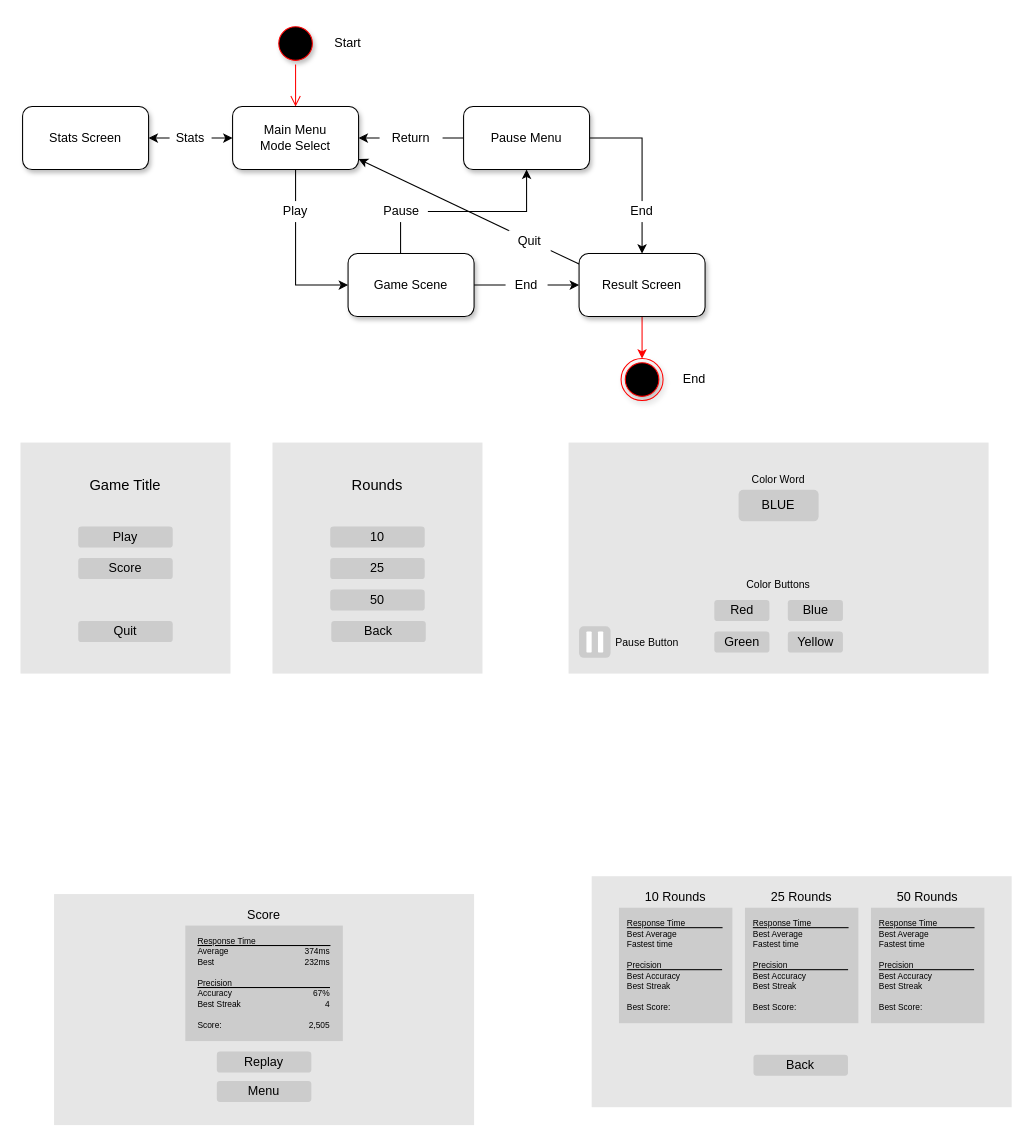
Earlier version of the draw.io diagram Diagrams.drawio (Greywize/SuperStroop). Source tidied: cells renumbered, new cells numbered last; positions are measured from the earlier drawing's top-left corner, leaving out a move shared by most shapes. Both pictures are drawn from the tidied source at 105%, with x=0, y=0 at pixel (20, 22).
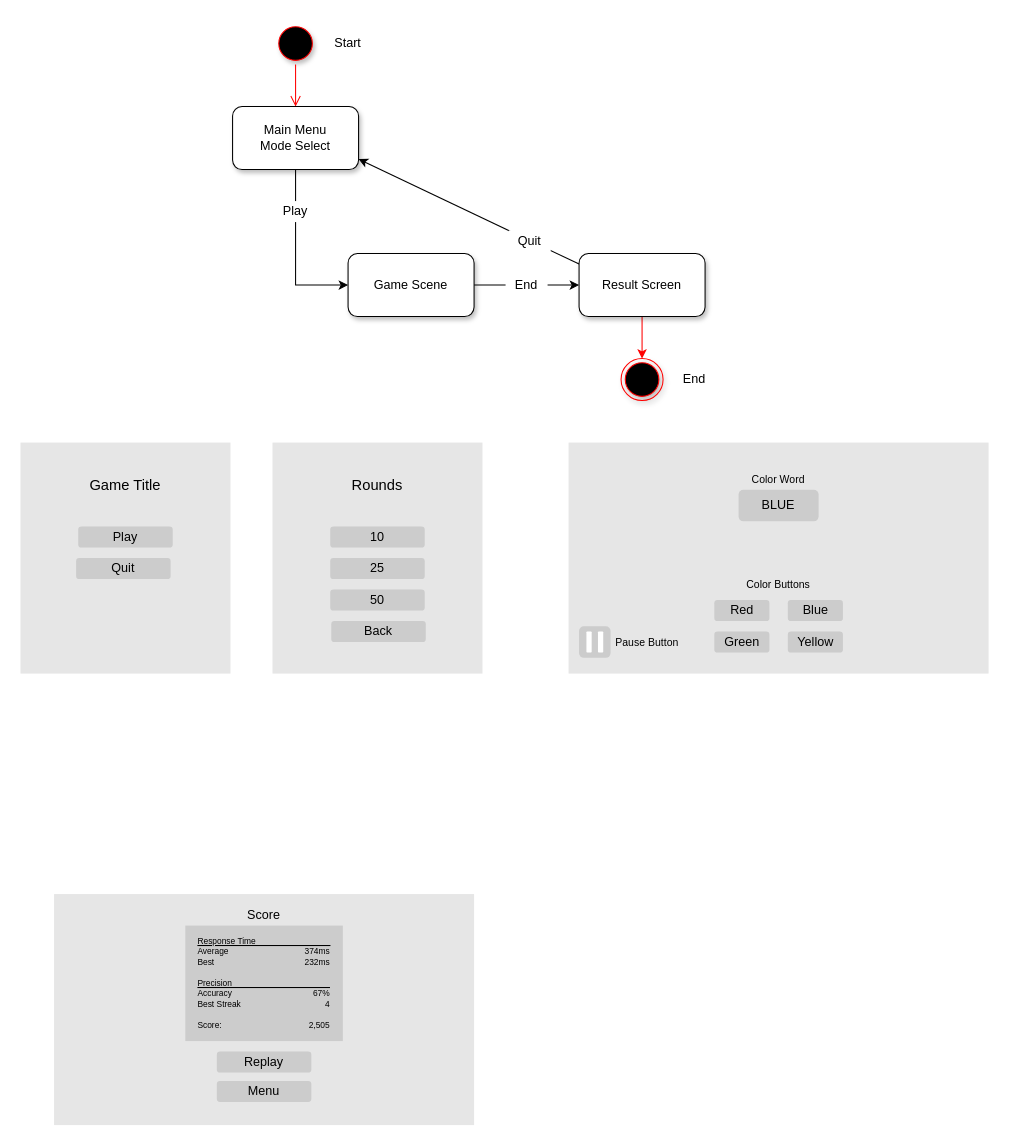
The same diagram, later.

Unchanged cells that the change refers to:
```xml
<mxCell id="12" value="Main Menu&lt;br&gt;Mode Select" style="rounded=1;whiteSpace=wrap;html=1;shadow=1;sketch=0;" parent="1" vertex="1">
  <mxGeometry x="202" y="80" width="120" height="60" as="geometry" />
</mxCell>
<mxCell id="15" value="Game Scene" style="rounded=1;whiteSpace=wrap;html=1;shadow=1;sketch=0;" parent="1" vertex="1">
  <mxGeometry x="312" y="220" width="120" height="60" as="geometry" />
</mxCell>
<mxCell id="20" value="Result Screen" style="rounded=1;whiteSpace=wrap;html=1;shadow=1;sketch=0;" parent="1" vertex="1">
  <mxGeometry x="532" y="220" width="120" height="60" as="geometry" />
</mxCell>
```

Diff of the diagram source:
```diff
@@
-    <mxCell id="11" style="edgeStyle=orthogonalEdgeStyle;rounded=0;jettySize=auto;html=1;entryX=1;entryY=0.5;entryDx=0;entryDy=0;shadow=0;strokeColor=#000000;startArrow=classic;startFill=1;" parent="1" edge="1" source="12" target="29">
-      <mxGeometry relative="1" as="geometry" />
-    </mxCell>
@@
-    <mxCell id="13" style="edgeStyle=orthogonalEdgeStyle;rounded=0;jettySize=auto;html=1;entryX=0.5;entryY=1;entryDx=0;entryDy=0;exitX=0.5;exitY=0;exitDx=0;exitDy=0;" parent="1" edge="1" source="15" target="18">
-      <mxGeometry relative="1" as="geometry">
-        <Array as="points">
-          <mxPoint x="362" y="220" />
-          <mxPoint x="362" y="180" />
-          <mxPoint x="482" y="180" />
-        </Array>
-      </mxGeometry>
-    </mxCell>
@@
-    <mxCell id="16" style="edgeStyle=orthogonalEdgeStyle;rounded=0;jettySize=auto;html=1;entryX=0.5;entryY=0;entryDx=0;entryDy=0;exitX=1;exitY=0.5;exitDx=0;exitDy=0;" parent="1" edge="1" source="18" target="20">
-      <mxGeometry x="0.54" relative="1" as="geometry">
-        <Array as="points">
-          <mxPoint x="592" y="110" />
-        </Array>
-      </mxGeometry>
-    </mxCell>
-    <mxCell id="17" style="edgeStyle=orthogonalEdgeStyle;rounded=0;jettySize=auto;html=1;entryX=1;entryY=0.5;entryDx=0;entryDy=0;" parent="1" edge="1" source="18" target="12">
-      <mxGeometry relative="1" as="geometry" />
-    </mxCell>
-    <mxCell id="18" value="Pause Menu" style="rounded=1;whiteSpace=wrap;html=1;shadow=1;sketch=0;" parent="1" vertex="1">
-      <mxGeometry x="422" y="80" width="120" height="60" as="geometry" />
-    </mxCell>
@@
-    <mxCell id="21" value="Pause" style="text;html=1;strokeColor=none;align=center;verticalAlign=middle;whiteSpace=wrap;rounded=0;fillColor=#ffffff;" parent="1" vertex="1">
-      <mxGeometry x="338" y="170" width="50" height="20" as="geometry" />
-    </mxCell>
@@
-    <mxCell id="23" value="End" style="text;html=1;strokeColor=none;align=center;verticalAlign=middle;whiteSpace=wrap;rounded=0;fillColor=#ffffff;" parent="1" vertex="1">
-      <mxGeometry x="572" y="170" width="40" height="20" as="geometry" />
-    </mxCell>
@@
-    <mxCell id="25" value="Return" style="text;html=1;strokeColor=none;align=center;verticalAlign=middle;whiteSpace=wrap;rounded=0;fillColor=#ffffff;" parent="1" vertex="1">
-      <mxGeometry x="342" y="100" width="60" height="20" as="geometry" />
-    </mxCell>
@@
-    <mxCell id="29" value="Stats Screen" style="rounded=1;whiteSpace=wrap;html=1;shadow=1;sketch=0;" parent="1" vertex="1">
-      <mxGeometry x="2" y="80" width="120" height="60" as="geometry" />
-    </mxCell>
-    <mxCell id="30" value="Stats" style="text;html=1;strokeColor=none;align=center;verticalAlign=middle;whiteSpace=wrap;rounded=0;fillColor=#ffffff;" parent="1" vertex="1">
-      <mxGeometry x="142" y="100" width="40" height="20" as="geometry" />
-    </mxCell>
-    <mxCell id="31" value="Score" style="rounded=1;whiteSpace=wrap;html=1;shadow=0;glass=0;labelBackgroundColor=none;sketch=0;strokeColor=none;verticalAlign=middle;fillColor=#CCCCCC;" parent="1" vertex="1">
-      <mxGeometry x="55" y="510" width="90" height="20" as="geometry" />
-    </mxCell>
@@
     <mxCell id="35" value="Quit" style="rounded=1;whiteSpace=wrap;html=1;shadow=0;glass=0;labelBackgroundColor=none;sketch=0;strokeColor=none;verticalAlign=middle;fillColor=#CCCCCC;" parent="1" vertex="1">
-      <mxGeometry x="55" y="570" width="90" height="20" as="geometry" />
+      <mxGeometry x="53" y="510" width="90" height="20" as="geometry" />
     </mxCell>
@@
-    <mxCell id="68" style="rounded=0;whiteSpace=wrap;html=1;shadow=0;glass=0;labelBackgroundColor=none;sketch=0;strokeColor=none;fillColor=#E6E6E6;" parent="1" vertex="1">
-      <mxGeometry x="544" y="813" width="400" height="220" as="geometry" />
-    </mxCell>
-    <mxCell id="69" value="Back" style="rounded=1;whiteSpace=wrap;html=1;shadow=0;glass=0;labelBackgroundColor=none;sketch=0;strokeColor=none;verticalAlign=middle;fillColor=#CCCCCC;" parent="1" vertex="1">
-      <mxGeometry x="698.1" y="983" width="90" height="20" as="geometry" />
-    </mxCell>
-    <mxCell id="70" style="rounded=0;whiteSpace=wrap;html=1;shadow=0;glass=0;labelBackgroundColor=none;sketch=0;strokeColor=none;verticalAlign=middle;fillColor=#CCCCCC;" parent="1" vertex="1">
-      <mxGeometry x="690" y="843" width="108" height="110" as="geometry" />
-    </mxCell>
-    <mxCell id="71" value="Best Average" style="text;html=1;strokeColor=none;fillColor=none;align=left;verticalAlign=middle;whiteSpace=wrap;rounded=0;shadow=0;glass=0;labelBackgroundColor=none;sketch=0;fontSize=8;fontColor=none;" parent="1" vertex="1">
-      <mxGeometry x="696.2" y="863" width="53.8" height="10" as="geometry" />
-    </mxCell>
-    <mxCell id="72" value="Fastest time" style="text;html=1;strokeColor=none;fillColor=none;align=left;verticalAlign=middle;whiteSpace=wrap;rounded=0;shadow=0;glass=0;labelBackgroundColor=none;sketch=0;fontSize=8;fontColor=none;" parent="1" vertex="1">
-      <mxGeometry x="696.2" y="873" width="50" height="10" as="geometry" />
-    </mxCell>
-    <mxCell id="73" value="Best Accuracy" style="text;html=1;strokeColor=none;fillColor=none;align=left;verticalAlign=middle;whiteSpace=wrap;rounded=0;shadow=0;glass=0;labelBackgroundColor=none;sketch=0;fontSize=8;fontColor=none;" parent="1" vertex="1">
-      <mxGeometry x="696" y="903" width="63" height="10" as="geometry" />
-    </mxCell>
-    <mxCell id="74" value="Best Streak" style="text;html=1;strokeColor=none;fillColor=none;align=left;verticalAlign=middle;whiteSpace=wrap;rounded=0;shadow=0;glass=0;labelBackgroundColor=none;sketch=0;fontSize=8;fontColor=none;" parent="1" vertex="1">
-      <mxGeometry x="696.2" y="913" width="50" height="10" as="geometry" />
-    </mxCell>
-    <mxCell id="75" value="&lt;u&gt;Response Time&amp;nbsp; &amp;nbsp; &amp;nbsp; &amp;nbsp; &amp;nbsp; &amp;nbsp; &amp;nbsp; &amp;nbsp;&amp;nbsp;&lt;/u&gt;" style="text;html=1;strokeColor=none;fillColor=none;align=left;verticalAlign=middle;whiteSpace=wrap;rounded=0;shadow=0;glass=0;labelBackgroundColor=none;sketch=0;fontSize=8;fontColor=none;" parent="1" vertex="1">
-      <mxGeometry x="696.2" y="853" width="95.6" height="10" as="geometry" />
-    </mxCell>
-    <mxCell id="76" value="&lt;u&gt;Precision&amp;nbsp; &amp;nbsp; &amp;nbsp; &amp;nbsp; &amp;nbsp; &amp;nbsp; &amp;nbsp; &amp;nbsp; &amp;nbsp; &amp;nbsp; &amp;nbsp; &amp;nbsp; &amp;nbsp;&amp;nbsp;&lt;/u&gt;" style="text;html=1;strokeColor=none;fillColor=none;align=left;verticalAlign=middle;whiteSpace=wrap;rounded=0;shadow=0;glass=0;labelBackgroundColor=none;sketch=0;fontSize=8;fontColor=none;" parent="1" vertex="1">
-      <mxGeometry x="696.2" y="893" width="93.8" height="10" as="geometry" />
-    </mxCell>
-    <mxCell id="77" value="Best Score:" style="text;html=1;strokeColor=none;fillColor=none;align=left;verticalAlign=middle;whiteSpace=wrap;rounded=0;shadow=0;glass=0;labelBackgroundColor=none;sketch=0;fontSize=8;fontColor=none;" parent="1" vertex="1">
-      <mxGeometry x="696" y="933" width="50" height="10" as="geometry" />
-    </mxCell>
-    <mxCell id="78" value="25 Rounds" style="rounded=1;whiteSpace=wrap;html=1;shadow=0;glass=0;labelBackgroundColor=none;sketch=0;strokeColor=none;verticalAlign=middle;fillColor=none;" parent="1" vertex="1">
-      <mxGeometry x="699" y="823" width="90" height="20" as="geometry" />
-    </mxCell>
-    <mxCell id="79" style="rounded=0;whiteSpace=wrap;html=1;shadow=0;glass=0;labelBackgroundColor=none;sketch=0;strokeColor=none;verticalAlign=middle;fillColor=#CCCCCC;" parent="1" vertex="1">
-      <mxGeometry x="570" y="843" width="108" height="110" as="geometry" />
-    </mxCell>
-    <mxCell id="80" value="Best Average" style="text;html=1;strokeColor=none;fillColor=none;align=left;verticalAlign=middle;whiteSpace=wrap;rounded=0;shadow=0;glass=0;labelBackgroundColor=none;sketch=0;fontSize=8;fontColor=none;" parent="1" vertex="1">
-      <mxGeometry x="576.2" y="863" width="53.8" height="10" as="geometry" />
-    </mxCell>
-    <mxCell id="81" value="Fastest time" style="text;html=1;strokeColor=none;fillColor=none;align=left;verticalAlign=middle;whiteSpace=wrap;rounded=0;shadow=0;glass=0;labelBackgroundColor=none;sketch=0;fontSize=8;fontColor=none;" parent="1" vertex="1">
-      <mxGeometry x="576.2" y="873" width="50" height="10" as="geometry" />
-    </mxCell>
-    <mxCell id="82" value="Best Accuracy" style="text;html=1;strokeColor=none;fillColor=none;align=left;verticalAlign=middle;whiteSpace=wrap;rounded=0;shadow=0;glass=0;labelBackgroundColor=none;sketch=0;fontSize=8;fontColor=none;" parent="1" vertex="1">
-      <mxGeometry x="576" y="903" width="63" height="10" as="geometry" />
-    </mxCell>
-    <mxCell id="83" value="Best Streak" style="text;html=1;strokeColor=none;fillColor=none;align=left;verticalAlign=middle;whiteSpace=wrap;rounded=0;shadow=0;glass=0;labelBackgroundColor=none;sketch=0;fontSize=8;fontColor=none;" parent="1" vertex="1">
-      <mxGeometry x="576.2" y="913" width="50" height="10" as="geometry" />
-    </mxCell>
-    <mxCell id="84" value="&lt;u&gt;Response Time&amp;nbsp; &amp;nbsp; &amp;nbsp; &amp;nbsp; &amp;nbsp; &amp;nbsp; &amp;nbsp; &amp;nbsp;&amp;nbsp;&lt;/u&gt;" style="text;html=1;strokeColor=none;fillColor=none;align=left;verticalAlign=middle;whiteSpace=wrap;rounded=0;shadow=0;glass=0;labelBackgroundColor=none;sketch=0;fontSize=8;fontColor=none;" parent="1" vertex="1">
-      <mxGeometry x="576.2" y="853" width="95.6" height="10" as="geometry" />
-    </mxCell>
-    <mxCell id="85" value="&lt;u&gt;Precision&amp;nbsp; &amp;nbsp; &amp;nbsp; &amp;nbsp; &amp;nbsp; &amp;nbsp; &amp;nbsp; &amp;nbsp; &amp;nbsp; &amp;nbsp; &amp;nbsp; &amp;nbsp; &amp;nbsp;&amp;nbsp;&lt;/u&gt;" style="text;html=1;strokeColor=none;fillColor=none;align=left;verticalAlign=middle;whiteSpace=wrap;rounded=0;shadow=0;glass=0;labelBackgroundColor=none;sketch=0;fontSize=8;fontColor=none;" parent="1" vertex="1">
-      <mxGeometry x="576.2" y="893" width="93.8" height="10" as="geometry" />
-    </mxCell>
-    <mxCell id="86" value="Best Score:" style="text;html=1;strokeColor=none;fillColor=none;align=left;verticalAlign=middle;whiteSpace=wrap;rounded=0;shadow=0;glass=0;labelBackgroundColor=none;sketch=0;fontSize=8;fontColor=none;" parent="1" vertex="1">
-      <mxGeometry x="576" y="933" width="50" height="10" as="geometry" />
-    </mxCell>
-    <mxCell id="87" value="10 Rounds" style="rounded=1;whiteSpace=wrap;html=1;shadow=0;glass=0;labelBackgroundColor=none;sketch=0;strokeColor=none;verticalAlign=middle;fillColor=none;" parent="1" vertex="1">
-      <mxGeometry x="579" y="823" width="90" height="20" as="geometry" />
-    </mxCell>
-    <mxCell id="88" style="rounded=0;whiteSpace=wrap;html=1;shadow=0;glass=0;labelBackgroundColor=none;sketch=0;strokeColor=none;verticalAlign=middle;fillColor=#CCCCCC;" parent="1" vertex="1">
-      <mxGeometry x="810" y="843" width="108" height="110" as="geometry" />
-    </mxCell>
-    <mxCell id="89" value="Best Average" style="text;html=1;strokeColor=none;fillColor=none;align=left;verticalAlign=middle;whiteSpace=wrap;rounded=0;shadow=0;glass=0;labelBackgroundColor=none;sketch=0;fontSize=8;fontColor=none;" parent="1" vertex="1">
-      <mxGeometry x="816.2" y="863" width="53.8" height="10" as="geometry" />
-    </mxCell>
-    <mxCell id="90" value="Fastest time" style="text;html=1;strokeColor=none;fillColor=none;align=left;verticalAlign=middle;whiteSpace=wrap;rounded=0;shadow=0;glass=0;labelBackgroundColor=none;sketch=0;fontSize=8;fontColor=none;" parent="1" vertex="1">
-      <mxGeometry x="816.2" y="873" width="50" height="10" as="geometry" />
-    </mxCell>
-    <mxCell id="91" value="Best Accuracy" style="text;html=1;strokeColor=none;fillColor=none;align=left;verticalAlign=middle;whiteSpace=wrap;rounded=0;shadow=0;glass=0;labelBackgroundColor=none;sketch=0;fontSize=8;fontColor=none;" parent="1" vertex="1">
-      <mxGeometry x="816" y="903" width="63" height="10" as="geometry" />
-    </mxCell>
-    <mxCell id="92" value="Best Streak" style="text;html=1;strokeColor=none;fillColor=none;align=left;verticalAlign=middle;whiteSpace=wrap;rounded=0;shadow=0;glass=0;labelBackgroundColor=none;sketch=0;fontSize=8;fontColor=none;" parent="1" vertex="1">
-      <mxGeometry x="816.2" y="913" width="50" height="10" as="geometry" />
-    </mxCell>
-    <mxCell id="93" value="&lt;u&gt;Response Time&amp;nbsp; &amp;nbsp; &amp;nbsp; &amp;nbsp; &amp;nbsp; &amp;nbsp; &amp;nbsp; &amp;nbsp;&amp;nbsp;&lt;/u&gt;" style="text;html=1;strokeColor=none;fillColor=none;align=left;verticalAlign=middle;whiteSpace=wrap;rounded=0;shadow=0;glass=0;labelBackgroundColor=none;sketch=0;fontSize=8;fontColor=none;" parent="1" vertex="1">
-      <mxGeometry x="816.2" y="853" width="95.6" height="10" as="geometry" />
-    </mxCell>
-    <mxCell id="94" value="&lt;u&gt;Precision&amp;nbsp; &amp;nbsp; &amp;nbsp; &amp;nbsp; &amp;nbsp; &amp;nbsp; &amp;nbsp; &amp;nbsp; &amp;nbsp; &amp;nbsp; &amp;nbsp; &amp;nbsp; &amp;nbsp;&amp;nbsp;&lt;/u&gt;" style="text;html=1;strokeColor=none;fillColor=none;align=left;verticalAlign=middle;whiteSpace=wrap;rounded=0;shadow=0;glass=0;labelBackgroundColor=none;sketch=0;fontSize=8;fontColor=none;" parent="1" vertex="1">
-      <mxGeometry x="816.2" y="893" width="93.8" height="10" as="geometry" />
-    </mxCell>
-    <mxCell id="95" value="Best Score:" style="text;html=1;strokeColor=none;fillColor=none;align=left;verticalAlign=middle;whiteSpace=wrap;rounded=0;shadow=0;glass=0;labelBackgroundColor=none;sketch=0;fontSize=8;fontColor=none;" parent="1" vertex="1">
-      <mxGeometry x="816" y="933" width="50" height="10" as="geometry" />
-    </mxCell>
-    <mxCell id="96" value="50 Rounds" style="rounded=1;whiteSpace=wrap;html=1;shadow=0;glass=0;labelBackgroundColor=none;sketch=0;strokeColor=none;verticalAlign=middle;fillColor=none;" parent="1" vertex="1">
-      <mxGeometry x="819" y="823" width="90" height="20" as="geometry" />
-    </mxCell>
```
